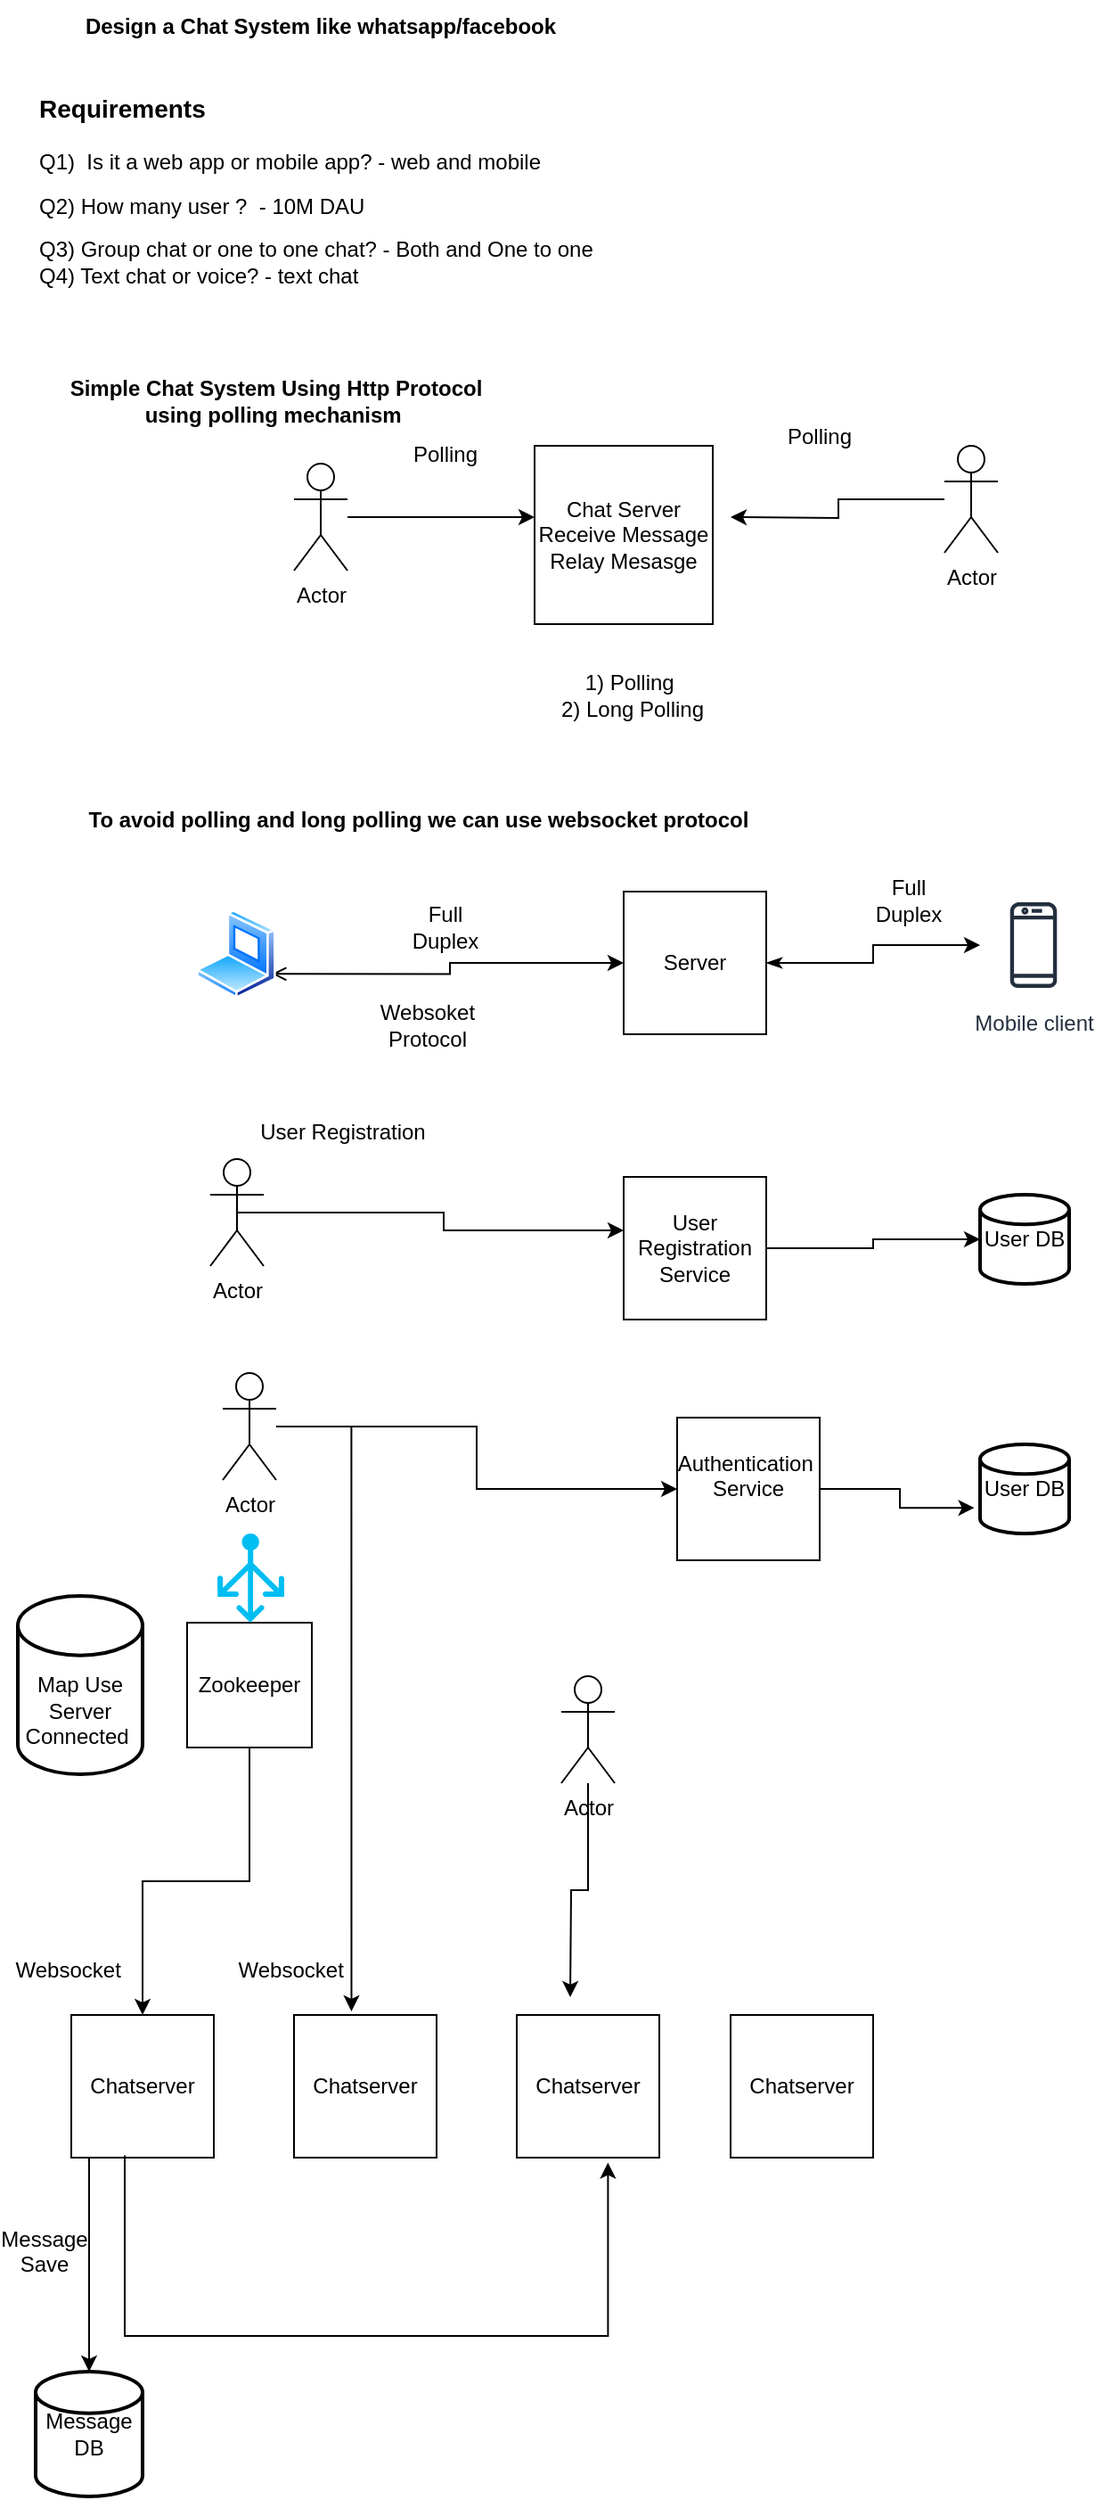
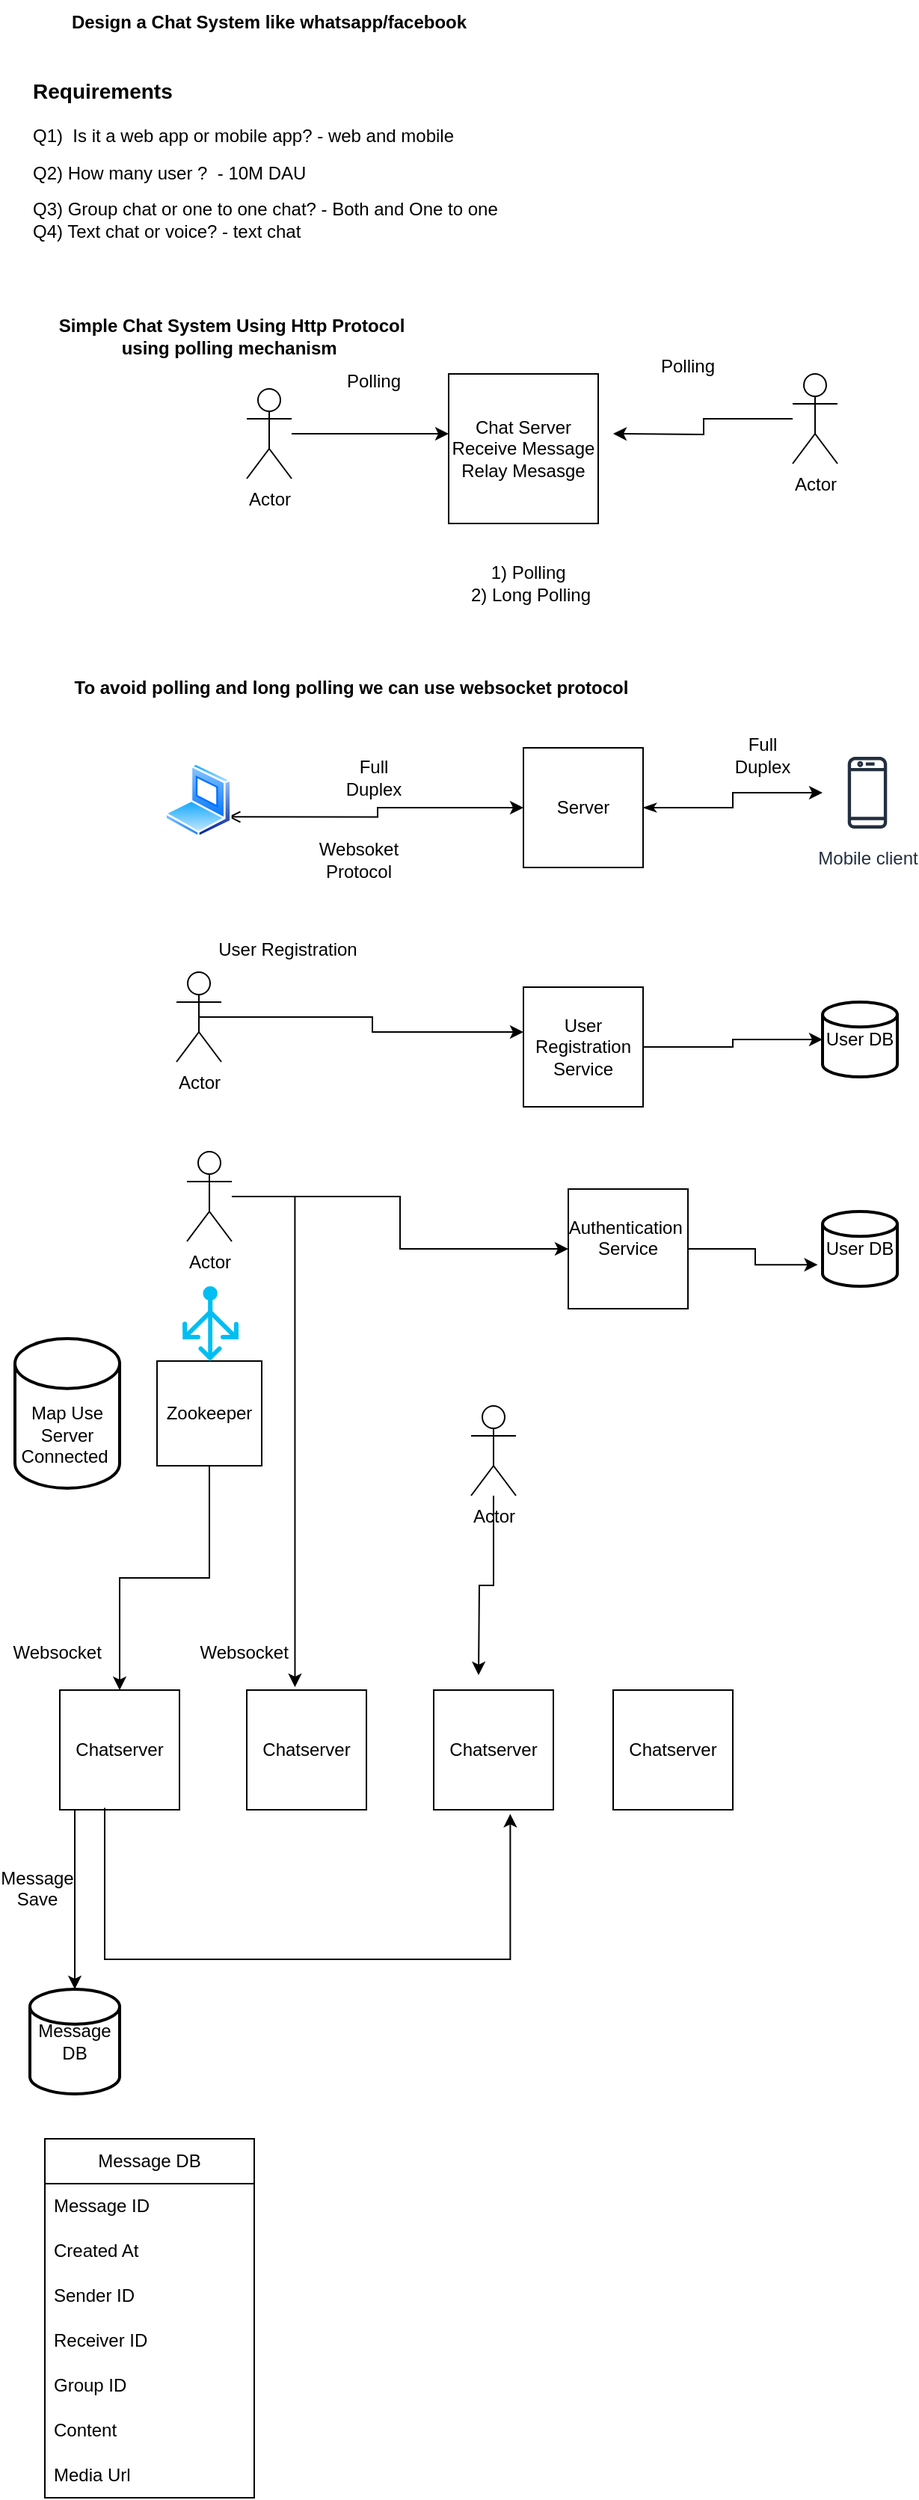
<mxfile host="app.diagrams.net">
  <diagram name="Page-1" id="3ATuJxxzuiHgp-YWyr6O">
    <mxGraphModel dx="1030" dy="569" grid="1" gridSize="10" guides="1" tooltips="1" connect="1" arrows="1" fold="1" page="1" pageScale="1" pageWidth="850" pageHeight="1100" math="0" shadow="0">
      <root>
        <mxCell id="0" />
        <mxCell id="1" parent="0" />
        <mxCell id="vDnc6QM3t7NdxVrkiEKP-1" parent="1" style="text;html=1;whiteSpace=wrap;overflow=hidden;rounded=0;fontSize=10;" value="&lt;h1 style=&quot;margin-top: 0px;&quot;&gt;&lt;font style=&quot;font-size: 14px;&quot;&gt;Requirements&lt;/font&gt;&lt;/h1&gt;&lt;p&gt;&lt;font style=&quot;font-size: 12px;&quot;&gt;Q1)&amp;nbsp; Is it a web app or mobile app?&amp;nbsp;&lt;/font&gt;&lt;span style=&quot;font-size: 12px; background-color: transparent; color: light-dark(rgb(0, 0, 0), rgb(255, 255, 255));&quot;&gt;- web and mobile&lt;/span&gt;&lt;/p&gt;&lt;p&gt;&lt;font style=&quot;font-size: 12px;&quot;&gt;Q2) How many user ?&amp;nbsp; - 10M DAU&lt;/font&gt;&lt;/p&gt;&lt;p&gt;&lt;font style=&quot;font-size: 12px;&quot;&gt;Q3) Group chat or one to one chat? - Both and One to one&lt;br&gt;Q4) Text chat or voice? - text chat&lt;/font&gt;&lt;/p&gt;" vertex="1">
          <mxGeometry height="140" width="380" x="60" y="70" as="geometry" />
        </mxCell>
        <mxCell id="vDnc6QM3t7NdxVrkiEKP-2" parent="1" style="text;html=1;whiteSpace=wrap;strokeColor=none;fillColor=none;align=center;verticalAlign=middle;rounded=0;fontStyle=1" value="Design a Chat System like whatsapp/facebook" vertex="1">
          <mxGeometry height="30" width="300" x="70" y="30" as="geometry" />
        </mxCell>
        <mxCell id="vDnc6QM3t7NdxVrkiEKP-3" parent="1" style="whiteSpace=wrap;html=1;aspect=fixed;" value="Chat Server&lt;br&gt;Receive Message&lt;br&gt;Relay Mesasge" vertex="1">
          <mxGeometry height="100" width="100" x="340" y="280" as="geometry" />
        </mxCell>
        <mxCell id="vDnc6QM3t7NdxVrkiEKP-5" edge="1" parent="1" source="vDnc6QM3t7NdxVrkiEKP-4" style="edgeStyle=orthogonalEdgeStyle;rounded=0;orthogonalLoop=1;jettySize=auto;html=1;">
          <mxGeometry relative="1" as="geometry">
            <mxPoint x="340" y="320" as="targetPoint" />
          </mxGeometry>
        </mxCell>
        <mxCell id="vDnc6QM3t7NdxVrkiEKP-4" parent="1" style="shape=umlActor;verticalLabelPosition=bottom;verticalAlign=top;html=1;outlineConnect=0;" value="Actor" vertex="1">
          <mxGeometry height="60" width="30" x="205" y="290" as="geometry" />
        </mxCell>
        <mxCell id="vDnc6QM3t7NdxVrkiEKP-7" edge="1" parent="1" source="vDnc6QM3t7NdxVrkiEKP-6" style="edgeStyle=orthogonalEdgeStyle;rounded=0;orthogonalLoop=1;jettySize=auto;html=1;">
          <mxGeometry relative="1" as="geometry">
            <mxPoint x="450" y="320" as="targetPoint" />
          </mxGeometry>
        </mxCell>
        <mxCell id="vDnc6QM3t7NdxVrkiEKP-6" parent="1" style="shape=umlActor;verticalLabelPosition=bottom;verticalAlign=top;html=1;outlineConnect=0;" value="Actor" vertex="1">
          <mxGeometry height="60" width="30" x="570" y="280" as="geometry" />
        </mxCell>
        <mxCell id="HQH3foOj0PnZHyx9Auc--1" parent="1" style="text;html=1;whiteSpace=wrap;strokeColor=none;fillColor=none;align=center;verticalAlign=middle;rounded=0;" value="Polling" vertex="1">
          <mxGeometry height="30" width="60" x="470" y="260" as="geometry" />
        </mxCell>
        <mxCell id="HQH3foOj0PnZHyx9Auc--2" parent="1" style="text;html=1;whiteSpace=wrap;strokeColor=none;fillColor=none;align=center;verticalAlign=middle;rounded=0;" value="Polling" vertex="1">
          <mxGeometry height="30" width="60" x="260" y="270" as="geometry" />
        </mxCell>
        <mxCell id="HQH3foOj0PnZHyx9Auc--3" parent="1" style="text;html=1;whiteSpace=wrap;strokeColor=none;fillColor=none;align=center;verticalAlign=middle;rounded=0;" value="1) Polling&amp;nbsp;&lt;br&gt;2) Long Polling" vertex="1">
          <mxGeometry height="40" width="110" x="340" y="400" as="geometry" />
        </mxCell>
        <mxCell id="HQH3foOj0PnZHyx9Auc--4" parent="1" style="text;html=1;whiteSpace=wrap;strokeColor=none;fillColor=none;align=center;verticalAlign=middle;rounded=0;fontStyle=1" value="Simple Chat System Using Http Protocol using polling mechanism&amp;nbsp;" vertex="1">
          <mxGeometry height="30" width="250" x="70" y="240" as="geometry" />
        </mxCell>
        <mxCell id="HQH3foOj0PnZHyx9Auc--5" parent="1" style="text;html=1;whiteSpace=wrap;strokeColor=none;fillColor=none;align=center;verticalAlign=middle;rounded=0;fontStyle=1" value="To avoid polling and long polling we can use websocket protocol" vertex="1">
          <mxGeometry height="20" width="390" x="80" y="480" as="geometry" />
        </mxCell>
        <mxCell id="HQH3foOj0PnZHyx9Auc--8" edge="1" parent="1" source="HQH3foOj0PnZHyx9Auc--6" style="edgeStyle=orthogonalEdgeStyle;rounded=0;orthogonalLoop=1;jettySize=auto;html=1;exitX=1;exitY=0.75;exitDx=0;exitDy=0;startArrow=open;startFill=0;" target="HQH3foOj0PnZHyx9Auc--7">
          <mxGeometry relative="1" as="geometry" />
        </mxCell>
        <mxCell id="HQH3foOj0PnZHyx9Auc--6" parent="1" style="image;aspect=fixed;perimeter=ellipsePerimeter;html=1;align=center;shadow=0;dashed=0;spacingTop=3;image=img/lib/active_directory/laptop_client.svg;" value="" vertex="1">
          <mxGeometry height="50" width="45" x="150" y="540" as="geometry" />
        </mxCell>
        <mxCell id="HQH3foOj0PnZHyx9Auc--11" edge="1" parent="1" source="HQH3foOj0PnZHyx9Auc--7" style="edgeStyle=orthogonalEdgeStyle;rounded=0;orthogonalLoop=1;jettySize=auto;html=1;startArrow=classicThin;startFill=1;" target="HQH3foOj0PnZHyx9Auc--10">
          <mxGeometry relative="1" as="geometry" />
        </mxCell>
        <mxCell id="HQH3foOj0PnZHyx9Auc--7" parent="1" style="whiteSpace=wrap;html=1;aspect=fixed;" value="Server" vertex="1">
          <mxGeometry height="80" width="80" x="390" y="530" as="geometry" />
        </mxCell>
        <mxCell id="HQH3foOj0PnZHyx9Auc--9" parent="1" style="text;html=1;whiteSpace=wrap;strokeColor=none;fillColor=none;align=center;verticalAlign=middle;rounded=0;" value="Full Duplex" vertex="1">
          <mxGeometry height="30" width="60" x="260" y="535" as="geometry" />
        </mxCell>
        <mxCell id="HQH3foOj0PnZHyx9Auc--10" parent="1" style="sketch=0;outlineConnect=0;fontColor=#232F3E;gradientColor=none;strokeColor=#232F3E;fillColor=#ffffff;dashed=0;verticalLabelPosition=bottom;verticalAlign=top;align=center;html=1;fontSize=12;fontStyle=0;aspect=fixed;shape=mxgraph.aws4.resourceIcon;resIcon=mxgraph.aws4.mobile_client;" value="Mobile client" vertex="1">
          <mxGeometry height="60" width="60" x="590" y="530" as="geometry" />
        </mxCell>
        <mxCell id="HQH3foOj0PnZHyx9Auc--12" parent="1" style="text;html=1;whiteSpace=wrap;strokeColor=none;fillColor=none;align=center;verticalAlign=middle;rounded=0;" value="Full Duplex" vertex="1">
          <mxGeometry height="30" width="60" x="520" y="520" as="geometry" />
        </mxCell>
        <mxCell id="HQH3foOj0PnZHyx9Auc--13" parent="1" style="text;html=1;whiteSpace=wrap;strokeColor=none;fillColor=none;align=center;verticalAlign=middle;rounded=0;" value="Websoket Protocol" vertex="1">
          <mxGeometry height="30" width="60" x="250" y="590" as="geometry" />
        </mxCell>
        <mxCell id="HQH3foOj0PnZHyx9Auc--14" parent="1" style="shape=umlActor;verticalLabelPosition=bottom;verticalAlign=top;html=1;outlineConnect=0;" value="Actor" vertex="1">
          <mxGeometry height="60" width="30" x="158" y="680" as="geometry" />
        </mxCell>
        <mxCell id="HQH3foOj0PnZHyx9Auc--19" edge="1" parent="1" source="HQH3foOj0PnZHyx9Auc--15" style="edgeStyle=orthogonalEdgeStyle;rounded=0;orthogonalLoop=1;jettySize=auto;html=1;exitX=1;exitY=0.5;exitDx=0;exitDy=0;" target="HQH3foOj0PnZHyx9Auc--16">
          <mxGeometry relative="1" as="geometry" />
        </mxCell>
        <mxCell id="HQH3foOj0PnZHyx9Auc--15" parent="1" style="whiteSpace=wrap;html=1;aspect=fixed;" value="User Registration&lt;br&gt;Service" vertex="1">
          <mxGeometry height="80" width="80" x="390" y="690" as="geometry" />
        </mxCell>
        <mxCell id="HQH3foOj0PnZHyx9Auc--16" parent="1" style="strokeWidth=2;html=1;shape=mxgraph.flowchart.database;whiteSpace=wrap;" value="User DB" vertex="1">
          <mxGeometry height="50" width="50" x="590" y="700" as="geometry" />
        </mxCell>
        <mxCell id="HQH3foOj0PnZHyx9Auc--18" edge="1" parent="1" source="HQH3foOj0PnZHyx9Auc--14" style="edgeStyle=orthogonalEdgeStyle;rounded=0;orthogonalLoop=1;jettySize=auto;html=1;exitX=0.5;exitY=0.5;exitDx=0;exitDy=0;exitPerimeter=0;entryX=0;entryY=0.375;entryDx=0;entryDy=0;entryPerimeter=0;" target="HQH3foOj0PnZHyx9Auc--15">
          <mxGeometry relative="1" as="geometry" />
        </mxCell>
        <mxCell id="HQH3foOj0PnZHyx9Auc--20" parent="1" style="text;html=1;whiteSpace=wrap;strokeColor=none;fillColor=none;align=center;verticalAlign=middle;rounded=0;" value="User Registration" vertex="1">
          <mxGeometry height="30" width="135" x="165" y="650" as="geometry" />
        </mxCell>
        <mxCell id="HQH3foOj0PnZHyx9Auc--25" edge="1" parent="1" source="HQH3foOj0PnZHyx9Auc--21" style="edgeStyle=orthogonalEdgeStyle;rounded=0;orthogonalLoop=1;jettySize=auto;html=1;entryX=0;entryY=0.5;entryDx=0;entryDy=0;" target="HQH3foOj0PnZHyx9Auc--22">
          <mxGeometry relative="1" as="geometry">
            <mxPoint x="380" y="870" as="targetPoint" />
          </mxGeometry>
        </mxCell>
        <mxCell id="HQH3foOj0PnZHyx9Auc--21" parent="1" style="shape=umlActor;verticalLabelPosition=bottom;verticalAlign=top;html=1;outlineConnect=0;" value="Actor" vertex="1">
          <mxGeometry height="60" width="30" x="165" y="800" as="geometry" />
        </mxCell>
        <mxCell id="HQH3foOj0PnZHyx9Auc--22" parent="1" style="whiteSpace=wrap;html=1;aspect=fixed;" value="Authentication&amp;nbsp;&lt;br&gt;Service&lt;div&gt;&lt;br&gt;&lt;/div&gt;" vertex="1">
          <mxGeometry height="80" width="80" x="420" y="825" as="geometry" />
        </mxCell>
        <mxCell id="HQH3foOj0PnZHyx9Auc--23" parent="1" style="strokeWidth=2;html=1;shape=mxgraph.flowchart.database;whiteSpace=wrap;" value="User DB" vertex="1">
          <mxGeometry height="50" width="50" x="590" y="840" as="geometry" />
        </mxCell>
        <mxCell id="HQH3foOj0PnZHyx9Auc--33" edge="1" parent="1" source="HQH3foOj0PnZHyx9Auc--26" style="edgeStyle=orthogonalEdgeStyle;rounded=0;orthogonalLoop=1;jettySize=auto;html=1;" target="HQH3foOj0PnZHyx9Auc--29">
          <mxGeometry relative="1" as="geometry" />
        </mxCell>
        <mxCell id="HQH3foOj0PnZHyx9Auc--26" parent="1" style="whiteSpace=wrap;html=1;aspect=fixed;" value="Zookeeper" vertex="1">
          <mxGeometry height="70" width="70" x="145" y="940" as="geometry" />
        </mxCell>
        <mxCell id="HQH3foOj0PnZHyx9Auc--44" edge="1" parent="1" source="HQH3foOj0PnZHyx9Auc--29" style="edgeStyle=orthogonalEdgeStyle;rounded=0;orthogonalLoop=1;jettySize=auto;html=1;exitX=0.125;exitY=1.005;exitDx=0;exitDy=0;exitPerimeter=0;" target="HQH3foOj0PnZHyx9Auc--43">
          <mxGeometry relative="1" as="geometry" />
        </mxCell>
        <mxCell id="HQH3foOj0PnZHyx9Auc--29" parent="1" style="whiteSpace=wrap;html=1;aspect=fixed;" value="Chatserver" vertex="1">
          <mxGeometry height="80" width="80" x="80" y="1160" as="geometry" />
        </mxCell>
        <mxCell id="HQH3foOj0PnZHyx9Auc--30" parent="1" style="whiteSpace=wrap;html=1;aspect=fixed;" value="Chatserver" vertex="1">
          <mxGeometry height="80" width="80" x="205" y="1160" as="geometry" />
        </mxCell>
        <mxCell id="HQH3foOj0PnZHyx9Auc--31" parent="1" style="whiteSpace=wrap;html=1;aspect=fixed;" value="Chatserver" vertex="1">
          <mxGeometry height="80" width="80" x="330" y="1160" as="geometry" />
        </mxCell>
        <mxCell id="HQH3foOj0PnZHyx9Auc--32" parent="1" style="whiteSpace=wrap;html=1;aspect=fixed;" value="Chatserver" vertex="1">
          <mxGeometry height="80" width="80" x="450" y="1160" as="geometry" />
        </mxCell>
        <mxCell id="HQH3foOj0PnZHyx9Auc--34" edge="1" parent="1" source="HQH3foOj0PnZHyx9Auc--22" style="edgeStyle=orthogonalEdgeStyle;rounded=0;orthogonalLoop=1;jettySize=auto;html=1;entryX=-0.064;entryY=0.712;entryDx=0;entryDy=0;entryPerimeter=0;" target="HQH3foOj0PnZHyx9Auc--23">
          <mxGeometry relative="1" as="geometry" />
        </mxCell>
        <mxCell id="HQH3foOj0PnZHyx9Auc--35" edge="1" parent="1" source="HQH3foOj0PnZHyx9Auc--21" style="edgeStyle=orthogonalEdgeStyle;rounded=0;orthogonalLoop=1;jettySize=auto;html=1;entryX=0.403;entryY=-0.025;entryDx=0;entryDy=0;entryPerimeter=0;" target="HQH3foOj0PnZHyx9Auc--30">
          <mxGeometry relative="1" as="geometry" />
        </mxCell>
        <mxCell id="HQH3foOj0PnZHyx9Auc--36" parent="1" style="verticalLabelPosition=bottom;html=1;verticalAlign=top;align=center;strokeColor=none;fillColor=#00BEF2;shape=mxgraph.azure.load_balancer_generic;pointerEvents=1;" value="" vertex="1">
          <mxGeometry height="50" width="37.5" x="162" y="890" as="geometry" />
        </mxCell>
        <mxCell id="HQH3foOj0PnZHyx9Auc--37" parent="1" style="text;html=1;whiteSpace=wrap;strokeColor=none;fillColor=none;align=center;verticalAlign=middle;rounded=0;" value="Websocket&amp;nbsp;" vertex="1">
          <mxGeometry height="30" width="60" x="50" y="1120" as="geometry" />
        </mxCell>
        <mxCell id="HQH3foOj0PnZHyx9Auc--38" parent="1" style="text;html=1;whiteSpace=wrap;strokeColor=none;fillColor=none;align=center;verticalAlign=middle;rounded=0;" value="Websocket&amp;nbsp;" vertex="1">
          <mxGeometry height="30" width="60" x="175" y="1120" as="geometry" />
        </mxCell>
        <mxCell id="HQH3foOj0PnZHyx9Auc--40" edge="1" parent="1" source="HQH3foOj0PnZHyx9Auc--39" style="edgeStyle=orthogonalEdgeStyle;rounded=0;orthogonalLoop=1;jettySize=auto;html=1;">
          <mxGeometry relative="1" as="geometry">
            <mxPoint x="360" y="1150" as="targetPoint" />
          </mxGeometry>
        </mxCell>
        <mxCell id="HQH3foOj0PnZHyx9Auc--39" parent="1" style="shape=umlActor;verticalLabelPosition=bottom;verticalAlign=top;html=1;outlineConnect=0;" value="Actor" vertex="1">
          <mxGeometry height="60" width="30" x="355" y="970" as="geometry" />
        </mxCell>
        <mxCell id="HQH3foOj0PnZHyx9Auc--41" edge="1" parent="1" source="HQH3foOj0PnZHyx9Auc--29" style="edgeStyle=orthogonalEdgeStyle;rounded=0;orthogonalLoop=1;jettySize=auto;html=1;entryX=0.64;entryY=1.035;entryDx=0;entryDy=0;entryPerimeter=0;exitX=0.375;exitY=0.985;exitDx=0;exitDy=0;exitPerimeter=0;" target="HQH3foOj0PnZHyx9Auc--31">
          <mxGeometry relative="1" as="geometry">
            <Array as="points">
              <mxPoint x="110" y="1340" />
              <mxPoint x="381" y="1340" />
            </Array>
          </mxGeometry>
        </mxCell>
        <mxCell id="HQH3foOj0PnZHyx9Auc--42" parent="1" style="strokeWidth=2;html=1;shape=mxgraph.flowchart.database;whiteSpace=wrap;" value="&lt;div&gt;&lt;br&gt;&lt;/div&gt;&lt;div&gt;&lt;br&gt;&lt;/div&gt;Map Use Server Connected&amp;nbsp;" vertex="1">
          <mxGeometry height="100" width="70" x="50" y="925" as="geometry" />
        </mxCell>
        <mxCell id="HQH3foOj0PnZHyx9Auc--43" parent="1" style="strokeWidth=2;html=1;shape=mxgraph.flowchart.database;whiteSpace=wrap;" value="Message DB" vertex="1">
          <mxGeometry height="70" width="60" x="60" y="1360" as="geometry" />
        </mxCell>
        <mxCell id="HQH3foOj0PnZHyx9Auc--45" parent="1" style="text;html=1;whiteSpace=wrap;strokeColor=none;fillColor=none;align=center;verticalAlign=middle;rounded=0;" value="Message&lt;br&gt;Save&lt;div&gt;&lt;br&gt;&lt;/div&gt;" vertex="1">
          <mxGeometry height="40" width="50" x="40" y="1280" as="geometry" />
        </mxCell>
+         <mxCell id="HQH3foOj0PnZHyx9Auc--46" parent="1" style="swimlane;fontStyle=0;childLayout=stackLayout;horizontal=1;startSize=30;horizontalStack=0;resizeParent=1;resizeParentMax=0;resizeLast=0;collapsible=1;marginBottom=0;whiteSpace=wrap;html=1;" value="Message DB" vertex="1">
+           <mxGeometry height="240" width="140" x="70" y="1460" as="geometry" />
+         </mxCell>
+         <mxCell id="HQH3foOj0PnZHyx9Auc--47" parent="HQH3foOj0PnZHyx9Auc--46" style="text;strokeColor=none;fillColor=none;align=left;verticalAlign=middle;spacingLeft=4;spacingRight=4;overflow=hidden;points=[[0,0.5],[1,0.5]];portConstraint=eastwest;rotatable=0;whiteSpace=wrap;html=1;" value="Message ID" vertex="1">
+           <mxGeometry height="30" width="140" y="30" as="geometry" />
+         </mxCell>
+         <mxCell id="HQH3foOj0PnZHyx9Auc--48" parent="HQH3foOj0PnZHyx9Auc--46" style="text;strokeColor=none;fillColor=none;align=left;verticalAlign=middle;spacingLeft=4;spacingRight=4;overflow=hidden;points=[[0,0.5],[1,0.5]];portConstraint=eastwest;rotatable=0;whiteSpace=wrap;html=1;" value="Created At" vertex="1">
+           <mxGeometry height="30" width="140" y="60" as="geometry" />
+         </mxCell>
+         <mxCell id="HQH3foOj0PnZHyx9Auc--49" parent="HQH3foOj0PnZHyx9Auc--46" style="text;strokeColor=none;fillColor=none;align=left;verticalAlign=middle;spacingLeft=4;spacingRight=4;overflow=hidden;points=[[0,0.5],[1,0.5]];portConstraint=eastwest;rotatable=0;whiteSpace=wrap;html=1;" value="Sender ID" vertex="1">
+           <mxGeometry height="30" width="140" y="90" as="geometry" />
+         </mxCell>
+         <mxCell id="HQH3foOj0PnZHyx9Auc--50" parent="HQH3foOj0PnZHyx9Auc--46" style="text;strokeColor=none;fillColor=none;align=left;verticalAlign=middle;spacingLeft=4;spacingRight=4;overflow=hidden;points=[[0,0.5],[1,0.5]];portConstraint=eastwest;rotatable=0;whiteSpace=wrap;html=1;" value="Receiver ID" vertex="1">
+           <mxGeometry height="30" width="140" y="120" as="geometry" />
+         </mxCell>
+         <mxCell id="HQH3foOj0PnZHyx9Auc--58" parent="HQH3foOj0PnZHyx9Auc--46" style="text;strokeColor=none;fillColor=none;align=left;verticalAlign=middle;spacingLeft=4;spacingRight=4;overflow=hidden;points=[[0,0.5],[1,0.5]];portConstraint=eastwest;rotatable=0;whiteSpace=wrap;html=1;" value="Group ID" vertex="1">
+           <mxGeometry height="30" width="140" y="150" as="geometry" />
+         </mxCell>
+         <mxCell id="HQH3foOj0PnZHyx9Auc--51" parent="HQH3foOj0PnZHyx9Auc--46" style="text;strokeColor=none;fillColor=none;align=left;verticalAlign=middle;spacingLeft=4;spacingRight=4;overflow=hidden;points=[[0,0.5],[1,0.5]];portConstraint=eastwest;rotatable=0;whiteSpace=wrap;html=1;" value="Content&amp;nbsp;" vertex="1">
+           <mxGeometry height="30" width="140" y="180" as="geometry" />
+         </mxCell>
+         <mxCell id="HQH3foOj0PnZHyx9Auc--59" parent="HQH3foOj0PnZHyx9Auc--46" style="text;strokeColor=none;fillColor=none;align=left;verticalAlign=middle;spacingLeft=4;spacingRight=4;overflow=hidden;points=[[0,0.5],[1,0.5]];portConstraint=eastwest;rotatable=0;whiteSpace=wrap;html=1;" value="Media Url" vertex="1">
+           <mxGeometry height="30" width="140" y="210" as="geometry" />
+         </mxCell>
      </root>
    </mxGraphModel>
  </diagram>
</mxfile>
